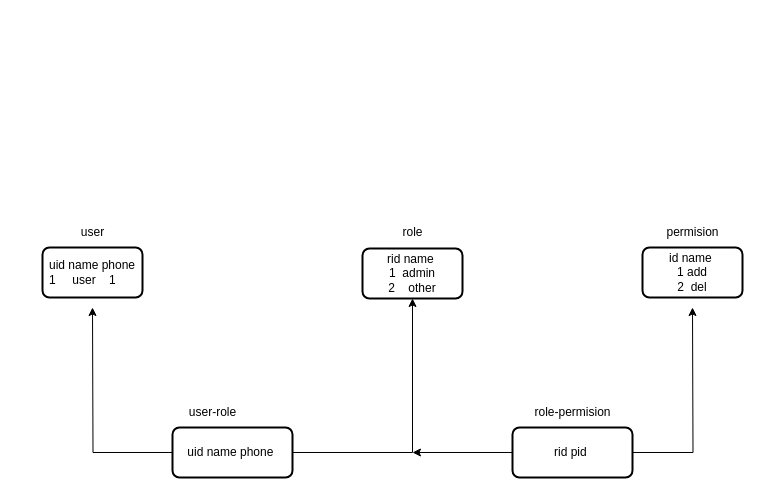
ThReeIOne/Technology-Blog keeps this draw.io diagram as 未命名绘图.drawio. Above is the earlier version. Source tidied: cells renumbered, new cells numbered last; positions are measured from the earlier drawing's top-left corner, leaving out a move shared by most shapes. Both pictures are drawn from the tidied source at 100%, with x=0, y=0 at pixel (42, 217).
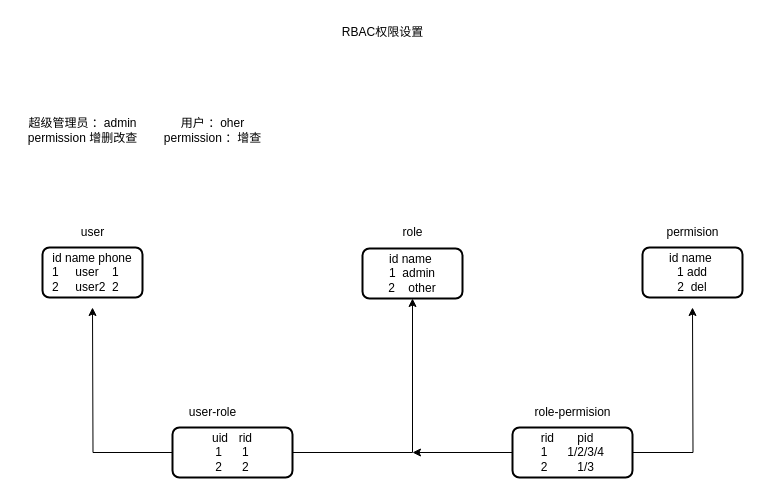
The same page after the edit.

Diff of the diagram source:
```diff
@@
-    <mxCell id="3" value="&lt;div style=&quot;&quot;&gt;&lt;span style=&quot;background-color: initial;&quot;&gt;uid name phone&lt;/span&gt;&lt;/div&gt;&lt;div style=&quot;text-align: left;&quot;&gt;&lt;span style=&quot;background-color: initial;&quot;&gt;1&amp;nbsp; &amp;nbsp; &amp;nbsp;user&amp;nbsp; &amp;nbsp; 1&lt;/span&gt;&lt;/div&gt;" style="rounded=1;whiteSpace=wrap;html=1;absoluteArcSize=1;arcSize=14;strokeWidth=2;align=center;" parent="1" vertex="1">
+    <mxCell id="3" value="&lt;div style=&quot;&quot;&gt;&lt;span style=&quot;background-color: initial;&quot;&gt;id name phone&lt;/span&gt;&lt;/div&gt;&lt;div style=&quot;text-align: left;&quot;&gt;&lt;span style=&quot;background-color: initial;&quot;&gt;1&amp;nbsp; &amp;nbsp; &amp;nbsp;user&amp;nbsp; &amp;nbsp; 1&lt;/span&gt;&lt;/div&gt;&lt;div style=&quot;text-align: left;&quot;&gt;&lt;span style=&quot;background-color: initial;&quot;&gt;2&amp;nbsp; &amp;nbsp; &amp;nbsp;user2&lt;span style=&quot;white-space: pre;&quot;&gt;  2&lt;span style=&quot;white-space: pre;&quot;&gt;&#9;&lt;/span&gt;&lt;/span&gt;&lt;/span&gt;&lt;/div&gt;" style="rounded=1;whiteSpace=wrap;html=1;absoluteArcSize=1;arcSize=14;strokeWidth=2;align=center;" parent="1" vertex="1">
       <mxGeometry y="30" width="100" height="50" as="geometry" />
     </mxCell>
-    <mxCell id="4" value="rid name&amp;nbsp;&lt;br&gt;1&amp;nbsp; admin&lt;br&gt;2&amp;nbsp; &amp;nbsp; other" style="rounded=1;whiteSpace=wrap;html=1;absoluteArcSize=1;arcSize=14;strokeWidth=2;" parent="1" vertex="1">
+    <mxCell id="4" value="id name&amp;nbsp;&lt;br&gt;1&amp;nbsp; admin&lt;br&gt;2&amp;nbsp; &amp;nbsp; other" style="rounded=1;whiteSpace=wrap;html=1;absoluteArcSize=1;arcSize=14;strokeWidth=2;" parent="1" vertex="1">
       <mxGeometry x="320" y="31" width="100" height="50" as="geometry" />
     </mxCell>
@@
-    <mxCell id="8" value="&lt;div style=&quot;&quot;&gt;&lt;span style=&quot;background-color: initial;&quot;&gt;uid name phone&amp;nbsp;&lt;/span&gt;&lt;/div&gt;" style="rounded=1;whiteSpace=wrap;html=1;absoluteArcSize=1;arcSize=14;strokeWidth=2;align=center;" parent="1" vertex="1">
+    <mxCell id="8" value="&lt;div style=&quot;&quot;&gt;&lt;span style=&quot;background-color: initial;&quot;&gt;uid &lt;span style=&quot;white-space: pre;&quot;&gt;&#9;&lt;/span&gt;rid&lt;/span&gt;&lt;/div&gt;&lt;div style=&quot;&quot;&gt;&lt;span style=&quot;background-color: initial;&quot;&gt;1&lt;span style=&quot;white-space: pre;&quot;&gt;&#9;&lt;/span&gt;1&lt;/span&gt;&lt;/div&gt;&lt;div style=&quot;&quot;&gt;&lt;span style=&quot;background-color: initial;&quot;&gt;2&lt;span style=&quot;white-space: pre;&quot;&gt;&#9;&lt;/span&gt;2&lt;/span&gt;&lt;/div&gt;" style="rounded=1;whiteSpace=wrap;html=1;absoluteArcSize=1;arcSize=14;strokeWidth=2;align=center;" parent="1" vertex="1">
       <mxGeometry x="130" y="210" width="120" height="50" as="geometry" />
     </mxCell>
@@
-    <mxCell id="13" value="&lt;div style=&quot;&quot;&gt;&lt;span style=&quot;background-color: initial;&quot;&gt;rid pid&amp;nbsp;&lt;/span&gt;&lt;/div&gt;" style="rounded=1;whiteSpace=wrap;html=1;absoluteArcSize=1;arcSize=14;strokeWidth=2;align=center;" parent="1" vertex="1">
+    <mxCell id="13" value="&lt;div style=&quot;&quot;&gt;&lt;span style=&quot;background-color: initial;&quot;&gt;&lt;span style=&quot;white-space: pre;&quot;&gt;&#9;&lt;/span&gt;rid&amp;nbsp; &amp;nbsp; &amp;nbsp; &amp;nbsp;pid&amp;nbsp;&lt;/span&gt;&lt;/div&gt;&lt;div style=&quot;&quot;&gt;&lt;span style=&quot;background-color: initial;&quot;&gt;&lt;span style=&quot;white-space: pre;&quot;&gt;&#9;&lt;/span&gt;1&amp;nbsp; &amp;nbsp; &amp;nbsp; 1/2/3/4&lt;/span&gt;&lt;/div&gt;&lt;div style=&quot;&quot;&gt;&lt;span style=&quot;background-color: initial;&quot;&gt;&lt;span style=&quot;white-space: pre;&quot;&gt;&#9;&lt;/span&gt;2&amp;nbsp; &amp;nbsp; &amp;nbsp; &amp;nbsp; &amp;nbsp;1/3&lt;/span&gt;&lt;/div&gt;" style="rounded=1;whiteSpace=wrap;html=1;absoluteArcSize=1;arcSize=14;strokeWidth=2;align=left;" parent="1" vertex="1">
       <mxGeometry x="470" y="210" width="120" height="50" as="geometry" />
     </mxCell>
@@
+    <mxCell id="17" value="超级管理员 ：admin&lt;br&gt;permission 增删改查" style="text;html=1;align=center;verticalAlign=middle;strokeColor=none;fillColor=none;" parent="1" vertex="1">
+      <mxGeometry x="-25" y="-107" width="130" height="40" as="geometry" />
+    </mxCell>
+    <mxCell id="18" value="用户 ：oher&lt;br&gt;permission ：增查" style="text;html=1;align=center;verticalAlign=middle;strokeColor=none;fillColor=none;" parent="1" vertex="1">
+      <mxGeometry x="110" y="-107" width="120" height="40" as="geometry" />
+    </mxCell>
+    <mxCell id="19" value="RBAC权限设置" style="text;html=1;align=center;verticalAlign=middle;strokeColor=none;fillColor=none;" parent="1" vertex="1">
+      <mxGeometry x="290" y="-200" width="100" height="30" as="geometry" />
+    </mxCell>
```
